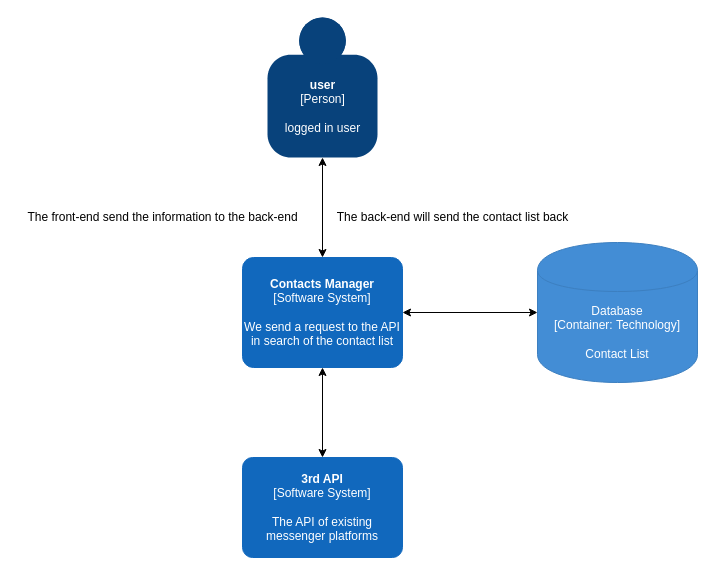
HristeaIonut/Morse-Diagrams keeps this draw.io diagram as page "Context-Diagram" (1 of 3) of C4/C4-Selecting-Contacts-Module.drawio. Above is the earlier version. Source tidied: cells renumbered, new cells numbered last; positions are measured from the earlier drawing's top-left corner, leaving out a move shared by most shapes. Both pictures are drawn from the tidied source at 100%, with x=0, y=0 at pixel (17, 17).
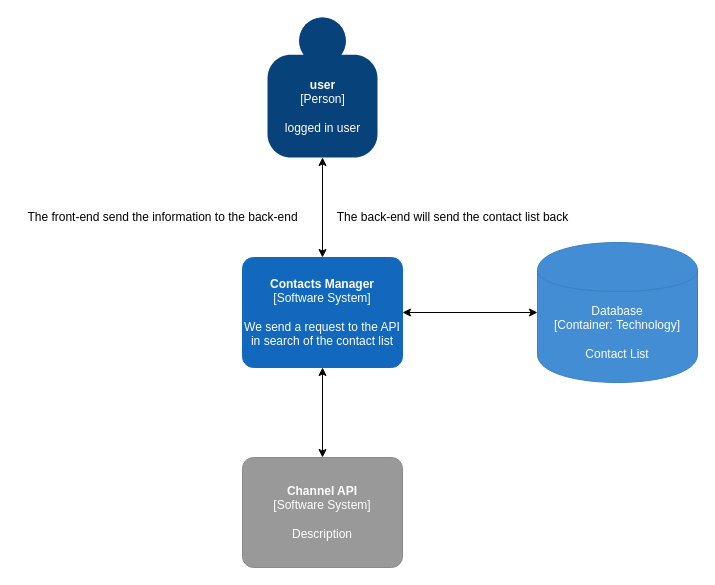
The same diagram, later.

Diff of the diagram source:
```diff
@@
 <mxGraphModel>
   <root>
     <mxCell id="0" />
     <mxCell id="1" parent="0" />
     <mxCell id="2" style="endArrow=classic;startArrow=classic;html=1;exitX=0.5;exitY=0;exitDx=0;exitDy=0;exitPerimeter=0;entryX=0.5;entryY=1;entryDx=0;entryDy=0;entryPerimeter=0;" parent="1" edge="1" source="5" target="6">
       <mxGeometry relative="1" as="geometry" />
     </mxCell>
     <mxCell id="3" value="The front-end send the information to the back-end" style="text;html=1;align=center;verticalAlign=middle;" parent="1" vertex="1">
       <mxGeometry y="190" width="290" height="20" as="geometry" />
     </mxCell>
     <mxCell id="4" value="The back-end will send the contact list back" style="text;html=1;align=center;verticalAlign=middle;" parent="1" vertex="1">
       <mxGeometry x="310" y="190" width="250" height="20" as="geometry" />
     </mxCell>
     <object id="5" label="&lt;b&gt;%c4Name%&lt;/b&gt;&lt;div&gt;[%c4Type%]&lt;/div&gt;&lt;br&gt;&lt;div&gt;%c4Description%&lt;/div&gt;" c4Description="We send a request to the API in search of the contact list" c4Name="Contacts Manager" c4Type="Software System" placeholders="1">
       <mxCell style="rounded=1;whiteSpace=wrap;html=1;labelBackgroundColor=none;fillColor=#1168BD;fontColor=#ffffff;align=center;arcSize=10;strokeColor=#1168BD;metaData={&quot;c4Type&quot;:{&quot;editable&quot;:false}};points=[[0.25,0,0],[0.5,0,0],[0.75,0,0],[1,0.25,0],[1,0.5,0],[1,0.75,0],[0.75,1,0],[0.5,1,0],[0.25,1,0],[0,0.75,0],[0,0.5,0],[0,0.25,0]];" parent="1" vertex="1">
         <mxGeometry x="225" y="240" width="160" height="110" as="geometry" />
       </mxCell>
     </object>
     <object id="6" label="&lt;b&gt;%c4Name%&lt;/b&gt;&lt;div&gt;[%c4Type%]&lt;/div&gt;&lt;br&gt;&lt;div&gt;%c4Description%&lt;/div&gt;" c4Description="logged in user" c4Name="user" c4Type="Person" placeholders="1">
       <mxCell style="html=1;dashed=0;whitespace=wrap;fillColor=#08427b;strokeColor=none;fontColor=#ffffff;shape=mxgraph.c4.person;align=center;points=[[0.5,0,0],[1,0.5,0],[1,0.75,0],[0.75,1,0],[0.5,1,0],[0.25,1,0],[0,0.75,0],[0,0.5,0]];metaData={&quot;c4Type&quot;:{&quot;editable&quot;:false}};" parent="1" vertex="1">
         <mxGeometry x="250" width="110" height="140" as="geometry" />
       </mxCell>
     </object>
     <mxCell id="7" style="endArrow=classic;startArrow=classic;html=1;exitX=1;exitY=0.5;exitDx=0;exitDy=0;exitPerimeter=0;entryX=0;entryY=0.5;entryDx=0;entryDy=0;entryPerimeter=0;" parent="1" edge="1" source="5" target="8">
       <mxGeometry relative="1" as="geometry" />
     </mxCell>
     <object id="8" label="%c4Type%&lt;div&gt;[Container:&amp;nbsp;%c4Technology%]&lt;/div&gt;&lt;br&gt;&lt;div&gt;%c4Description%&lt;/div&gt;" c4Description="Contact List" c4Technology="Technology" c4Type="Database" placeholders="1">
       <mxCell style="shape=cylinder;whiteSpace=wrap;html=1;boundedLbl=1;rounded=0;labelBackgroundColor=none;fillColor=#438DD5;fontSize=12;fontColor=#ffffff;align=center;strokeColor=#3C7FC0;points=[[0.5,0,0],[1,0.25,0],[1,0.5,0],[1,0.75,0],[0.5,1,0],[0,0.75,0],[0,0.5,0],[0,0.25,0]];metaData={&quot;c4Type&quot;:{&quot;editable&quot;:false}};" parent="1" vertex="1">
         <mxGeometry x="520" y="225" width="160" height="140" as="geometry" />
       </mxCell>
     </object>
-    <object id="9" label="&lt;b&gt;%c4Name%&lt;/b&gt;&lt;div&gt;[%c4Type%]&lt;/div&gt;&lt;br&gt;&lt;div&gt;%c4Description%&lt;/div&gt;" c4Description="The API of existing messenger platforms" c4Name="3rd API" c4Type="Software System" placeholders="1">
-      <mxCell style="rounded=1;whiteSpace=wrap;html=1;labelBackgroundColor=none;fillColor=#1168BD;fontColor=#ffffff;align=center;arcSize=10;strokeColor=#1168BD;metaData={&quot;c4Type&quot;:{&quot;editable&quot;:false}};points=[[0.25,0,0],[0.5,0,0],[0.75,0,0],[1,0.25,0],[1,0.5,0],[1,0.75,0],[0.75,1,0],[0.5,1,0],[0.25,1,0],[0,0.75,0],[0,0.5,0],[0,0.25,0]];" parent="1" vertex="1">
-        <mxGeometry x="225" y="440" width="160" height="100" as="geometry" />
-      </mxCell>
-    </object>
-    <mxCell id="10" style="endArrow=classic;startArrow=classic;html=1;entryX=0.5;entryY=1;entryDx=0;entryDy=0;entryPerimeter=0;exitX=0.5;exitY=0;exitDx=0;exitDy=0;exitPerimeter=0;" parent="1" edge="1" source="9" target="5">
+    <mxCell id="10" style="endArrow=classic;startArrow=classic;html=1;entryX=0.5;entryY=1;entryDx=0;entryDy=0;entryPerimeter=0;exitX=0.5;exitY=0;exitDx=0;exitDy=0;exitPerimeter=0;" parent="1" edge="1" source="11" target="5">
       <mxGeometry relative="1" as="geometry" />
     </mxCell>
+    <object id="11" label="&lt;b&gt;%c4Name%&lt;/b&gt;&lt;div&gt;[%c4Type%]&lt;/div&gt;&lt;br&gt;&lt;div&gt;%c4Description%&lt;/div&gt;" c4Description="Description" c4Name="Channel API" c4Type="Software System" placeholders="1">
+      <mxCell style="rounded=1;whiteSpace=wrap;html=1;labelBackgroundColor=none;fillColor=#999999;fontColor=#ffffff;align=center;arcSize=10;strokeColor=#8A8A8A;metaData={&quot;c4Type&quot;:{&quot;editable&quot;:false}};points=[[0.25,0,0],[0.5,0,0],[0.75,0,0],[1,0.25,0],[1,0.5,0],[1,0.75,0],[0.75,1,0],[0.5,1,0],[0.25,1,0],[0,0.75,0],[0,0.5,0],[0,0.25,0]];" parent="1" vertex="1">
+        <mxGeometry x="225" y="440" width="160" height="110" as="geometry" />
+      </mxCell>
+    </object>
   </root>
 </mxGraphModel>
```
